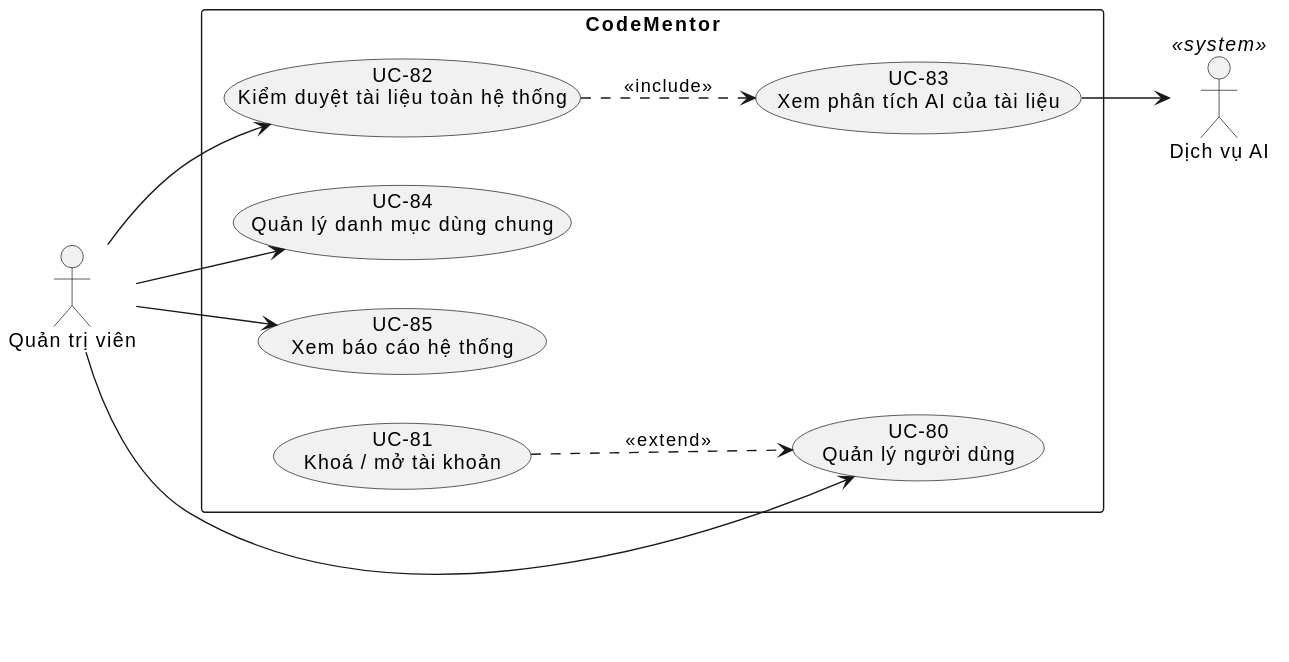
Earlier version of the PlantUML export docs/diagrams/p8-admin.svg (codementor-official/codementor-infra). Its diagram source:
```plantuml
@startuml
left to right direction
actor "Quản trị viên" as Admin

rectangle "CodeMentor" {
  usecase "UC-80\nQuản lý người dùng" as UC80
  usecase "UC-81\nKhoá / mở tài khoản" as UC81
  usecase "UC-82\nKiểm duyệt tài liệu toàn hệ thống" as UC82
  usecase "UC-83\nXem phân tích AI của tài liệu" as UC83
  usecase "UC-84\nQuản lý danh mục dùng chung" as UC84
  usecase "UC-85\nXem báo cáo hệ thống" as UC85

  UC82 ..> UC83 : <<include>>
  UC81 ..> UC80 : <<extend>>
}

actor "Dịch vụ AI" as AI <<system>>

Admin --> UC80
Admin --> UC82
Admin --> UC84
Admin --> UC85
UC83 --> AI
@enduml
```
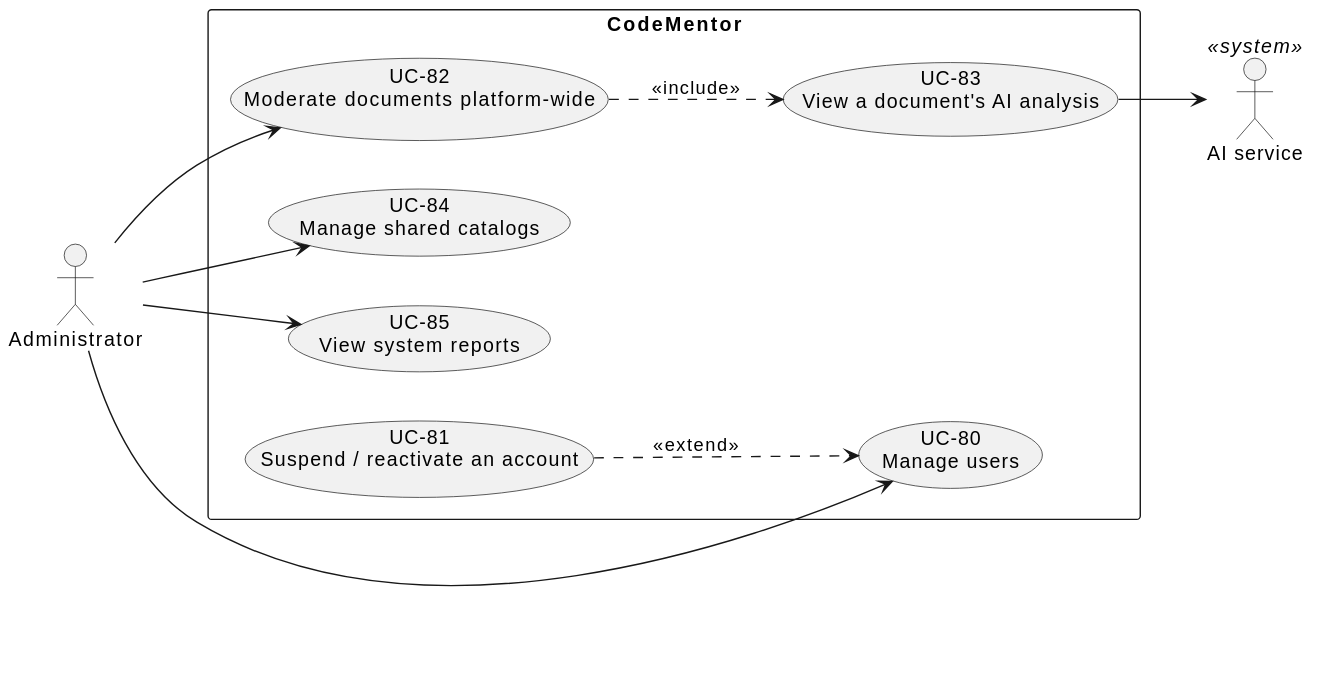
The same diagram one commit later.

The edit, as a diff of the source:
```diff
@@ -1,20 +1,20 @@
 @startuml
 left to right direction
-actor "Quản trị viên" as Admin
+actor "Administrator" as Admin
 
 rectangle "CodeMentor" {
-  usecase "UC-80\nQuản lý người dùng" as UC80
-  usecase "UC-81\nKhoá / mở tài khoản" as UC81
-  usecase "UC-82\nKiểm duyệt tài liệu toàn hệ thống" as UC82
-  usecase "UC-83\nXem phân tích AI của tài liệu" as UC83
-  usecase "UC-84\nQuản lý danh mục dùng chung" as UC84
-  usecase "UC-85\nXem báo cáo hệ thống" as UC85
+  usecase "UC-80\nManage users" as UC80
+  usecase "UC-81\nSuspend / reactivate an account" as UC81
+  usecase "UC-82\nModerate documents platform-wide" as UC82
+  usecase "UC-83\nView a document's AI analysis" as UC83
+  usecase "UC-84\nManage shared catalogs" as UC84
+  usecase "UC-85\nView system reports" as UC85
 
   UC82 ..> UC83 : <<include>>
   UC81 ..> UC80 : <<extend>>
 }
 
-actor "Dịch vụ AI" as AI <<system>>
+actor "AI service" as AI <<system>>
 
 Admin --> UC80
 Admin --> UC82
```
